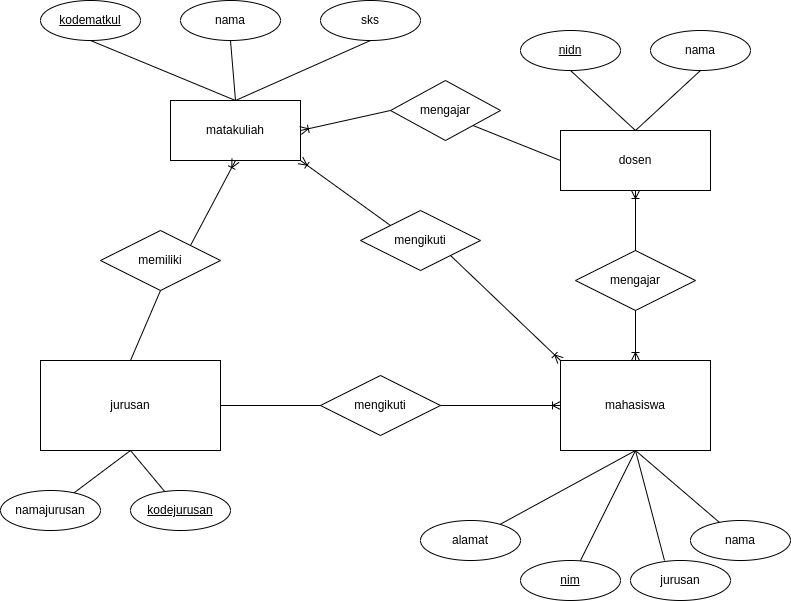
Earlier version of the draw.io export tes draw io c14.png (bagjaalam1/RUBICAMP). Source tidied: cells renumbered, new cells last; positions are measured from the earlier drawing's top-left corner, leaving out a move shared by most shapes.
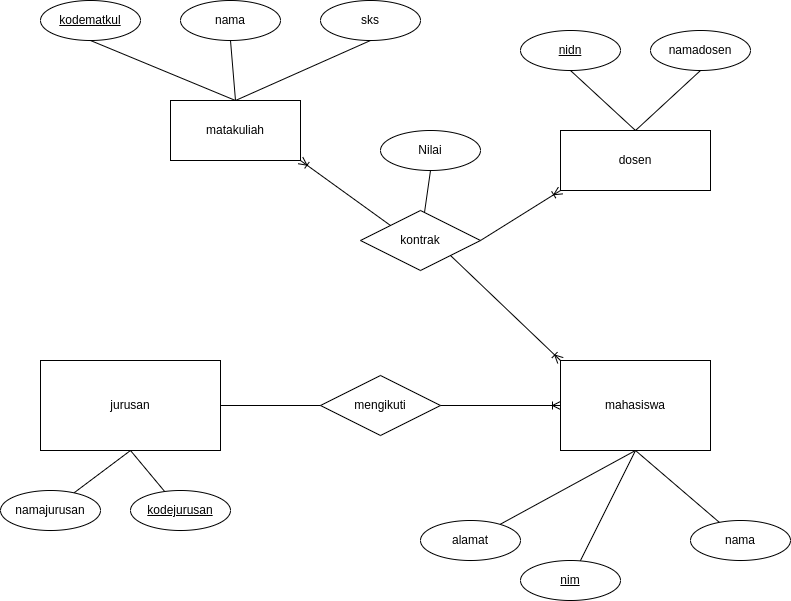
Above is the later version.

The edit, as a diff of the source:
```diff
@@ -23,12 +23,6 @@
     <mxCell id="8" value="alamat" style="ellipse;whiteSpace=wrap;html=1;align=center;" parent="1" vertex="1">
       <mxGeometry x="420" y="520" width="100" height="40" as="geometry" />
     </mxCell>
-    <mxCell id="9" value="jurusan" style="ellipse;whiteSpace=wrap;html=1;align=center;" parent="1" vertex="1">
-      <mxGeometry x="630" y="560" width="100" height="40" as="geometry" />
-    </mxCell>
-    <mxCell id="10" style="endArrow=none;html=1;rounded=0;exitX=0.5;exitY=1;exitDx=0;exitDy=0;entryX=0.34;entryY=0;entryDx=0;entryDy=0;entryPerimeter=0;" parent="1" edge="1" source="2" target="9">
-      <mxGeometry relative="1" as="geometry" />
-    </mxCell>
     <mxCell id="11" value="jurusan" style="whiteSpace=wrap;html=1;align=center;" parent="1" vertex="1">
       <mxGeometry x="40" y="360" width="180" height="90" as="geometry" />
     </mxCell>
@@ -50,16 +44,7 @@
     <mxCell id="17" value="dosen" style="whiteSpace=wrap;html=1;align=center;" parent="1" vertex="1">
       <mxGeometry x="560" y="130" width="150" height="60" as="geometry" />
     </mxCell>
-    <mxCell id="18" value="mengajar" style="shape=rhombus;perimeter=rhombusPerimeter;whiteSpace=wrap;html=1;align=center;" parent="1" vertex="1">
-      <mxGeometry x="575" y="250" width="120" height="60" as="geometry" />
-    </mxCell>
-    <mxCell id="19" style="fontSize=12;html=1;endArrow=ERoneToMany;rounded=0;entryX=0.5;entryY=1;entryDx=0;entryDy=0;exitX=0.5;exitY=0;exitDx=0;exitDy=0;" parent="1" edge="1" source="18" target="17">
-      <mxGeometry relative="1" as="geometry" />
-    </mxCell>
-    <mxCell id="20" style="fontSize=12;html=1;endArrow=ERoneToMany;rounded=0;entryX=0.5;entryY=0;entryDx=0;entryDy=0;exitX=0.5;exitY=1;exitDx=0;exitDy=0;" parent="1" edge="1" source="18" target="2">
-      <mxGeometry relative="1" as="geometry" />
-    </mxCell>
-    <mxCell id="21" value="nama" style="ellipse;whiteSpace=wrap;html=1;align=center;" parent="1" vertex="1">
+    <mxCell id="21" value="namadosen" style="ellipse;whiteSpace=wrap;html=1;align=center;" parent="1" vertex="1">
       <mxGeometry x="650" y="30" width="100" height="40" as="geometry" />
     </mxCell>
     <mxCell id="22" value="nidn" style="ellipse;whiteSpace=wrap;html=1;align=center;fontStyle=4;" parent="1" vertex="1">
@@ -80,7 +65,7 @@
     <mxCell id="27" value="matakuliah" style="whiteSpace=wrap;html=1;align=center;" parent="1" vertex="1">
       <mxGeometry x="170" y="100" width="130" height="60" as="geometry" />
     </mxCell>
-    <mxCell id="28" value="mengikuti" style="shape=rhombus;perimeter=rhombusPerimeter;whiteSpace=wrap;html=1;align=center;" parent="1" vertex="1">
+    <mxCell id="28" value="kontrak" style="shape=rhombus;perimeter=rhombusPerimeter;whiteSpace=wrap;html=1;align=center;" parent="1" vertex="1">
       <mxGeometry x="360" y="210" width="120" height="60" as="geometry" />
     </mxCell>
     <mxCell id="29" style="fontSize=12;html=1;endArrow=ERoneToMany;rounded=0;entryX=1;entryY=1;entryDx=0;entryDy=0;exitX=0;exitY=0;exitDx=0;exitDy=0;" parent="1" edge="1" source="28" target="27">
@@ -107,23 +92,14 @@
     <mxCell id="36" style="endArrow=none;html=1;rounded=0;entryX=0.5;entryY=1;entryDx=0;entryDy=0;exitX=0.5;exitY=0;exitDx=0;exitDy=0;" parent="1" edge="1" source="27" target="33">
       <mxGeometry relative="1" as="geometry" />
     </mxCell>
-    <mxCell id="37" value="mengajar" style="shape=rhombus;perimeter=rhombusPerimeter;whiteSpace=wrap;html=1;align=center;" parent="1" vertex="1">
-      <mxGeometry x="390" y="80" width="110" height="60" as="geometry" />
-    </mxCell>
-    <mxCell id="38" style="endArrow=none;html=1;rounded=0;entryX=1;entryY=1;entryDx=0;entryDy=0;exitX=0;exitY=0.5;exitDx=0;exitDy=0;" parent="1" edge="1" source="17" target="37">
-      <mxGeometry relative="1" as="geometry" />
-    </mxCell>
-    <mxCell id="39" style="fontSize=12;html=1;endArrow=ERoneToMany;rounded=0;entryX=1;entryY=0.5;entryDx=0;entryDy=0;exitX=0;exitY=0.5;exitDx=0;exitDy=0;" parent="1" edge="1" source="37" target="27">
-      <mxGeometry relative="1" as="geometry" />
-    </mxCell>
-    <mxCell id="40" value="memiliki" style="shape=rhombus;perimeter=rhombusPerimeter;whiteSpace=wrap;html=1;align=center;" parent="1" vertex="1">
-      <mxGeometry x="100" y="230" width="120" height="60" as="geometry" />
-    </mxCell>
-    <mxCell id="41" style="endArrow=none;html=1;rounded=0;entryX=0.5;entryY=1;entryDx=0;entryDy=0;exitX=0.5;exitY=0;exitDx=0;exitDy=0;" parent="1" edge="1" source="11" target="40">
-      <mxGeometry relative="1" as="geometry" />
-    </mxCell>
-    <mxCell id="42" style="fontSize=12;html=1;endArrow=ERoneToMany;rounded=0;exitX=1;exitY=0;exitDx=0;exitDy=0;entryX=0.5;entryY=1;entryDx=0;entryDy=0;" parent="1" edge="1" source="40" target="27">
-      <mxGeometry relative="1" as="geometry" />
-    </mxCell>
+    <mxCell id="43" style="fontSize=12;html=1;endArrow=ERoneToMany;rounded=0;entryX=0;entryY=1;entryDx=0;entryDy=0;exitX=1;exitY=0.5;exitDx=0;exitDy=0;" parent="1" edge="1" source="28" target="17">
+      <mxGeometry relative="1" as="geometry" />
+    </mxCell>
+    <mxCell id="44" value="Nilai" style="ellipse;whiteSpace=wrap;html=1;align=center;" parent="1" vertex="1">
+      <mxGeometry x="380" y="130" width="100" height="40" as="geometry" />
+    </mxCell>
+    <mxCell id="45" style="endArrow=none;html=1;rounded=0;entryX=0.5;entryY=1;entryDx=0;entryDy=0;" parent="1" edge="1" source="28" target="44">
+      <mxGeometry relative="1" as="geometry" />
+    </mxCell>
   </root>
 </mxGraphModel>
```
